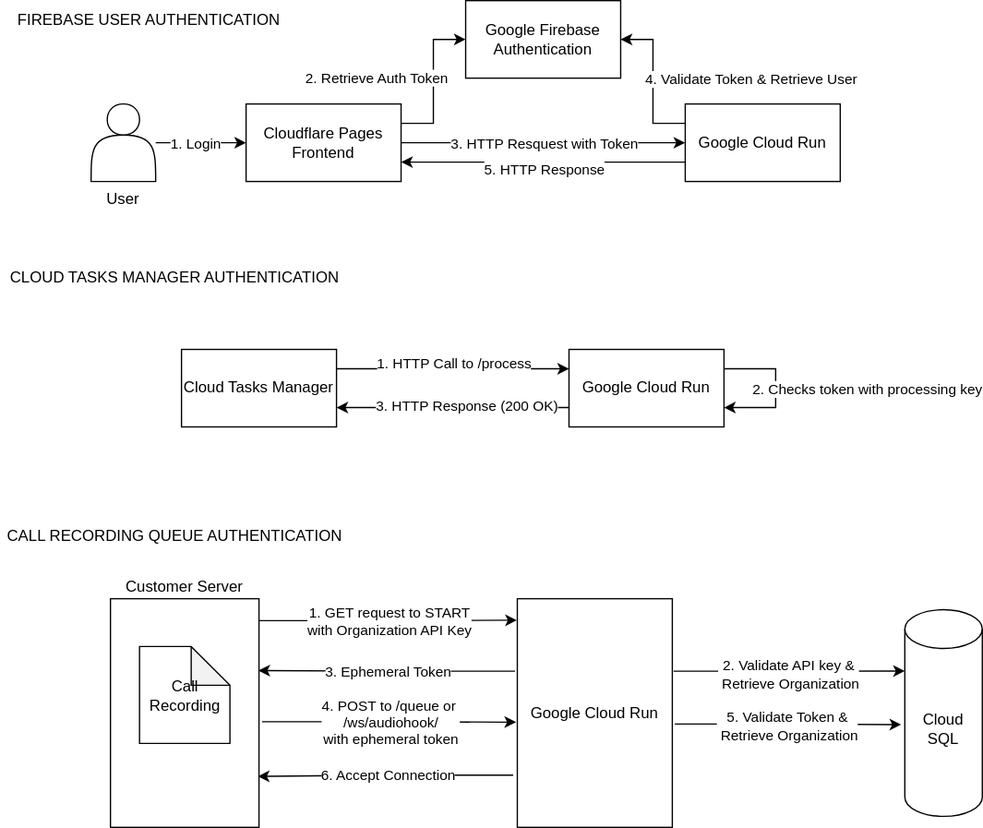
This is docs/images/Authentication.drawio.svg from TellMeCH/tellme-app, a draw.io export, as it was before one commit. Source tidied: cells renumbered, new cells last; positions are measured from the earlier drawing's top-left corner, leaving out a move shared by most shapes.
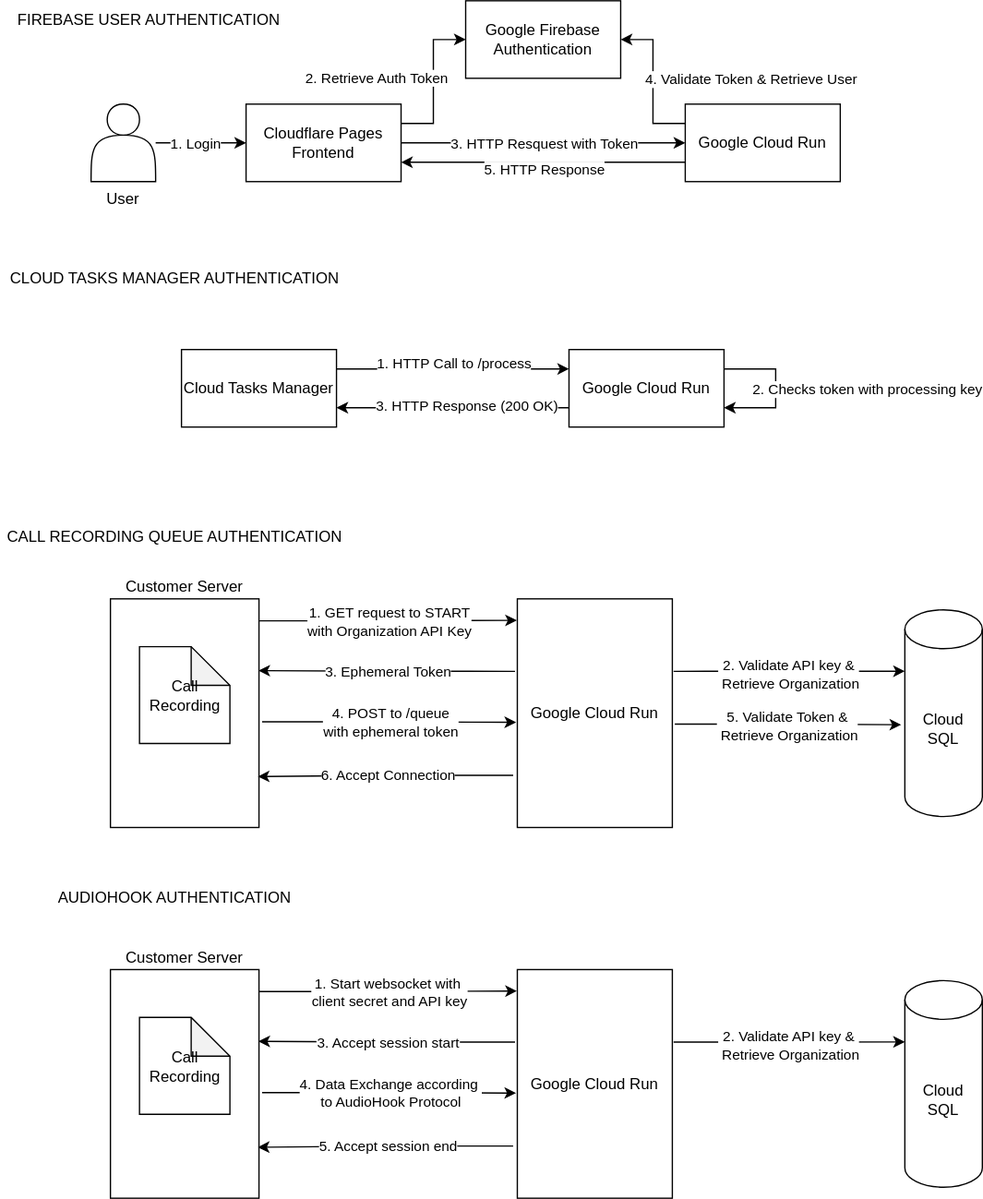
Later version of the same file.

Diff of the diagram source:
```diff
@@ -101,7 +101,7 @@
     <mxCell id="27" style="edgeStyle=orthogonalEdgeStyle;rounded=0;jettySize=auto;html=1;entryX=-0.008;entryY=0.54;entryDx=0;entryDy=0;entryPerimeter=0;exitX=1.021;exitY=0.538;exitDx=0;exitDy=0;exitPerimeter=0;" parent="1" edge="1" source="29" target="33">
       <mxGeometry relative="1" as="geometry" />
     </mxCell>
-    <mxCell id="28" value="4. POST to /queue or&amp;nbsp;&lt;div&gt;/ws/audiohook/ &lt;br&gt;with ephemeral token&lt;/div&gt;" style="edgeLabel;html=1;align=center;verticalAlign=middle;" parent="27" vertex="1">
+    <mxCell id="28" value="4. POST to /queue&lt;div&gt;with ephemeral token&lt;/div&gt;" style="edgeLabel;html=1;align=center;verticalAlign=middle;" parent="27" vertex="1">
       <mxGeometry x="-0.18" relative="1" as="geometry">
         <mxPoint x="18" as="offset" />
       </mxGeometry>
@@ -160,5 +160,62 @@
         <mxPoint x="8" as="offset" />
       </mxGeometry>
     </mxCell>
+    <mxCell id="43" value="AUDIOHOOK AUTHENTICATION" style="text;html=1;align=center;verticalAlign=middle;whiteSpace=wrap;rounded=0;" parent="1" vertex="1">
+      <mxGeometry y="680" width="270" height="30" as="geometry" />
+    </mxCell>
+    <mxCell id="44" style="edgeStyle=orthogonalEdgeStyle;rounded=0;jettySize=auto;html=1;entryX=-0.008;entryY=0.54;entryDx=0;entryDy=0;entryPerimeter=0;exitX=1.021;exitY=0.538;exitDx=0;exitDy=0;exitPerimeter=0;" parent="1" edge="1" source="46" target="50">
+      <mxGeometry relative="1" as="geometry" />
+    </mxCell>
+    <mxCell id="45" value="4. Data Exchange according&amp;nbsp;&lt;div&gt;to AudioHook Protocol&lt;/div&gt;" style="edgeLabel;html=1;align=center;verticalAlign=middle;" parent="44" vertex="1">
+      <mxGeometry x="-0.18" relative="1" as="geometry">
+        <mxPoint x="18" as="offset" />
+      </mxGeometry>
+    </mxCell>
+    <mxCell id="46" value="Customer Server" style="rounded=0;whiteSpace=wrap;html=1;labelPosition=center;verticalLabelPosition=top;align=center;verticalAlign=bottom;" parent="1" vertex="1">
+      <mxGeometry x="85" y="750" width="115" height="177" as="geometry" />
+    </mxCell>
+    <mxCell id="47" value="Call Recording" style="shape=note;whiteSpace=wrap;html=1;backgroundOutline=1;darkOpacity=0.05;" parent="1" vertex="1">
+      <mxGeometry x="107.5" y="787" width="70" height="75" as="geometry" />
+    </mxCell>
+    <mxCell id="48" style="edgeStyle=orthogonalEdgeStyle;rounded=0;jettySize=auto;html=1;entryX=0.996;entryY=0.314;entryDx=0;entryDy=0;exitX=-0.015;exitY=0.317;exitDx=0;exitDy=0;exitPerimeter=0;entryPerimeter=0;" parent="1" edge="1" source="50" target="46">
+      <mxGeometry relative="1" as="geometry" />
+    </mxCell>
+    <mxCell id="49" value="3. Accept session start" style="edgeLabel;html=1;align=center;verticalAlign=middle;" parent="48" vertex="1">
+      <mxGeometry x="0.32" y="-3" relative="1" as="geometry">
+        <mxPoint x="33" y="4" as="offset" />
+      </mxGeometry>
+    </mxCell>
+    <mxCell id="50" value="Google Cloud Run" style="rounded=0;whiteSpace=wrap;html=1;" parent="1" vertex="1">
+      <mxGeometry x="400" y="750" width="120" height="177" as="geometry" />
+    </mxCell>
+    <mxCell id="51" value="Cloud SQL" style="shape=cylinder3;whiteSpace=wrap;html=1;boundedLbl=1;backgroundOutline=1;size=15;" parent="1" vertex="1">
+      <mxGeometry x="700" y="758.5" width="60" height="160" as="geometry" />
+    </mxCell>
+    <mxCell id="52" style="edgeStyle=orthogonalEdgeStyle;rounded=0;jettySize=auto;html=1;exitX=1.008;exitY=0.317;exitDx=0;exitDy=0;entryX=0;entryY=0;entryDx=0;entryDy=47.5;entryPerimeter=0;exitPerimeter=0;" parent="1" edge="1" source="50" target="51">
+      <mxGeometry relative="1" as="geometry" />
+    </mxCell>
+    <mxCell id="53" value="2. Validate API key &amp;amp;&lt;div&gt;&amp;nbsp;Retrieve Organization&lt;/div&gt;" style="edgeLabel;html=1;align=center;verticalAlign=middle;" parent="52" vertex="1">
+      <mxGeometry x="-0.1" y="-2" relative="1" as="geometry">
+        <mxPoint x="8" as="offset" />
+      </mxGeometry>
+    </mxCell>
+    <mxCell id="54" style="edgeStyle=orthogonalEdgeStyle;rounded=0;jettySize=auto;html=1;exitX=-0.027;exitY=0.772;exitDx=0;exitDy=0;entryX=0.992;entryY=0.777;entryDx=0;entryDy=0;entryPerimeter=0;exitPerimeter=0;" parent="1" edge="1" source="50" target="46">
+      <mxGeometry relative="1" as="geometry" />
+    </mxCell>
+    <mxCell id="55" value="5. Accept session end" style="edgeLabel;html=1;align=center;verticalAlign=middle;" parent="54" vertex="1">
+      <mxGeometry x="-0.11" relative="1" as="geometry">
+        <mxPoint x="-8" as="offset" />
+      </mxGeometry>
+    </mxCell>
+    <mxCell id="56" style="edgeStyle=orthogonalEdgeStyle;rounded=0;jettySize=auto;html=1;entryX=-0.003;entryY=0.094;entryDx=0;entryDy=0;entryPerimeter=0;" parent="1" edge="1" target="50">
+      <mxGeometry relative="1" as="geometry">
+        <mxPoint x="200" y="767" as="sourcePoint" />
+      </mxGeometry>
+    </mxCell>
+    <mxCell id="57" value="1. Start websocket with&amp;nbsp;&lt;div&gt;client secret and API key&lt;/div&gt;" style="edgeLabel;html=1;align=center;verticalAlign=middle;" parent="56" vertex="1">
+      <mxGeometry x="-0.42" relative="1" as="geometry">
+        <mxPoint x="42" as="offset" />
+      </mxGeometry>
+    </mxCell>
   </root>
 </mxGraphModel>
```
